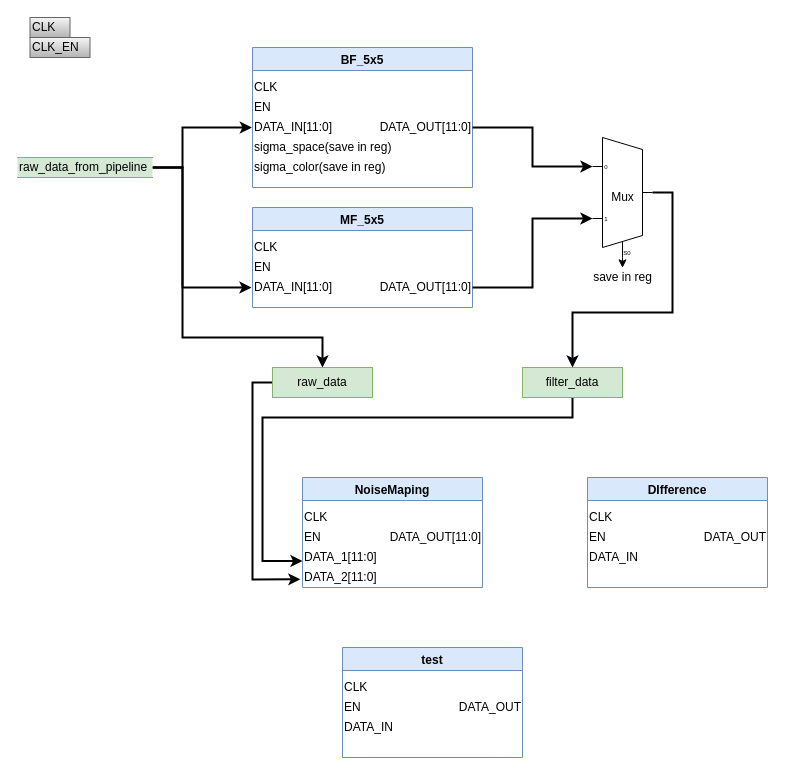
This is page "ModulePartation" (2 of 2) of 3DNR/3DNR_hardware.drawio from sustcsugar/draw.io, a draw.io file, before an edit. Source tidied: cells renumbered, new cells numbered last; positions are measured from the earlier drawing's top-left corner, leaving out a move shared by most shapes. Both pictures are drawn from the tidied source at 100%, with x=0, y=0 at pixel (17, 17).
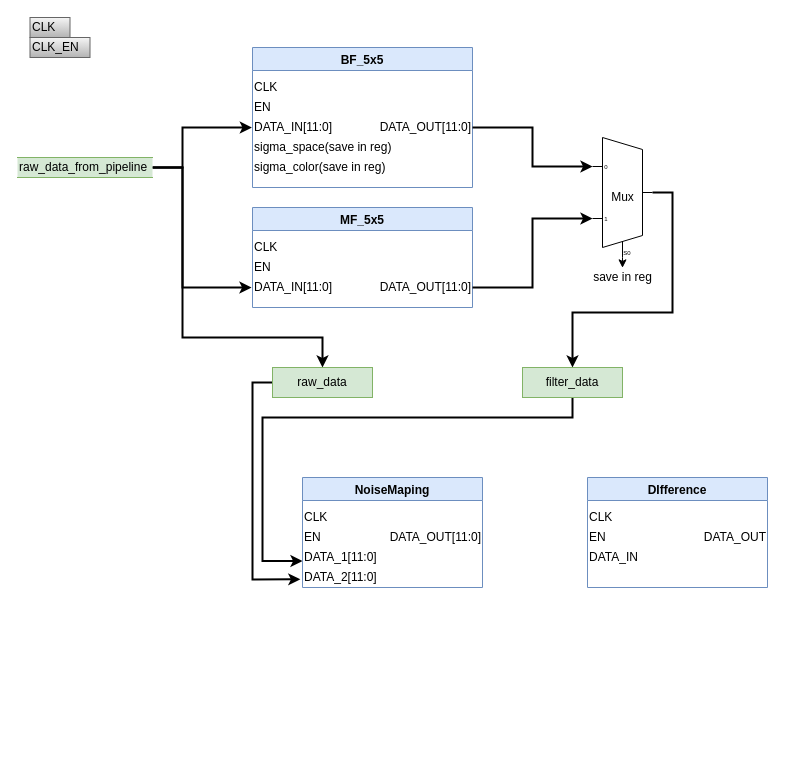
The same diagram, later.

Commit message:
2021-11-08 17:20:39 from SHI Gang

Diff of the diagram source:
```diff
@@
-    <mxCell id="41" value="test" style="swimlane;align=center;fillColor=#dae8fc;strokeColor=#6c8ebf;" parent="1" vertex="1">
-      <mxGeometry x="325" y="630" width="180" height="110" as="geometry" />
-    </mxCell>
-    <mxCell id="42" value="CLK" style="text;html=1;align=left;verticalAlign=middle;strokeColor=none;fillColor=none;" parent="41" vertex="1">
-      <mxGeometry y="30" width="40" height="20" as="geometry" />
-    </mxCell>
-    <mxCell id="43" value="EN" style="text;html=1;align=left;verticalAlign=middle;strokeColor=none;fillColor=none;" parent="41" vertex="1">
-      <mxGeometry y="50" width="30" height="20" as="geometry" />
-    </mxCell>
-    <mxCell id="44" value="DATA_IN" style="text;html=1;align=left;verticalAlign=middle;strokeColor=none;fillColor=none;" parent="41" vertex="1">
-      <mxGeometry y="70" width="60" height="20" as="geometry" />
-    </mxCell>
-    <mxCell id="45" value="DATA_OUT" style="text;html=1;align=right;verticalAlign=middle;strokeColor=none;fillColor=none;" parent="41" vertex="1">
-      <mxGeometry x="100" y="50" width="80" height="20" as="geometry" />
-    </mxCell>
```
